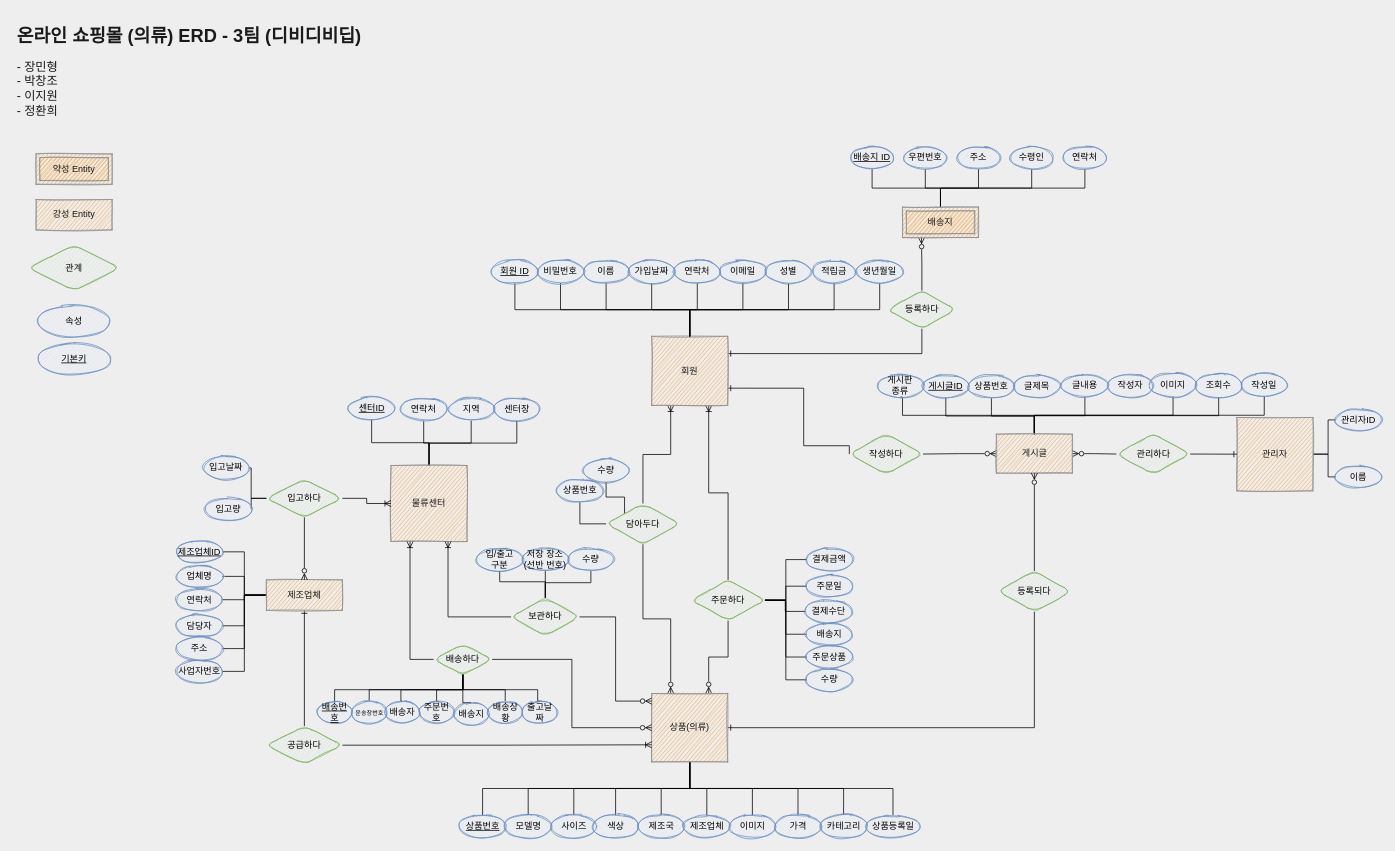
Before: page "새로만든ER" (3 of 3) of Untitled Diagram.drawio in pcjo1202/DataBase-design, a draw.io diagram. Source tidied: cells renumbered, new cells numbered last; positions are measured from the earlier drawing's top-left corner, leaving out a move shared by most shapes. Both pictures are drawn from the tidied source at 76%, with x=0, y=0 at pixel (13, 21).
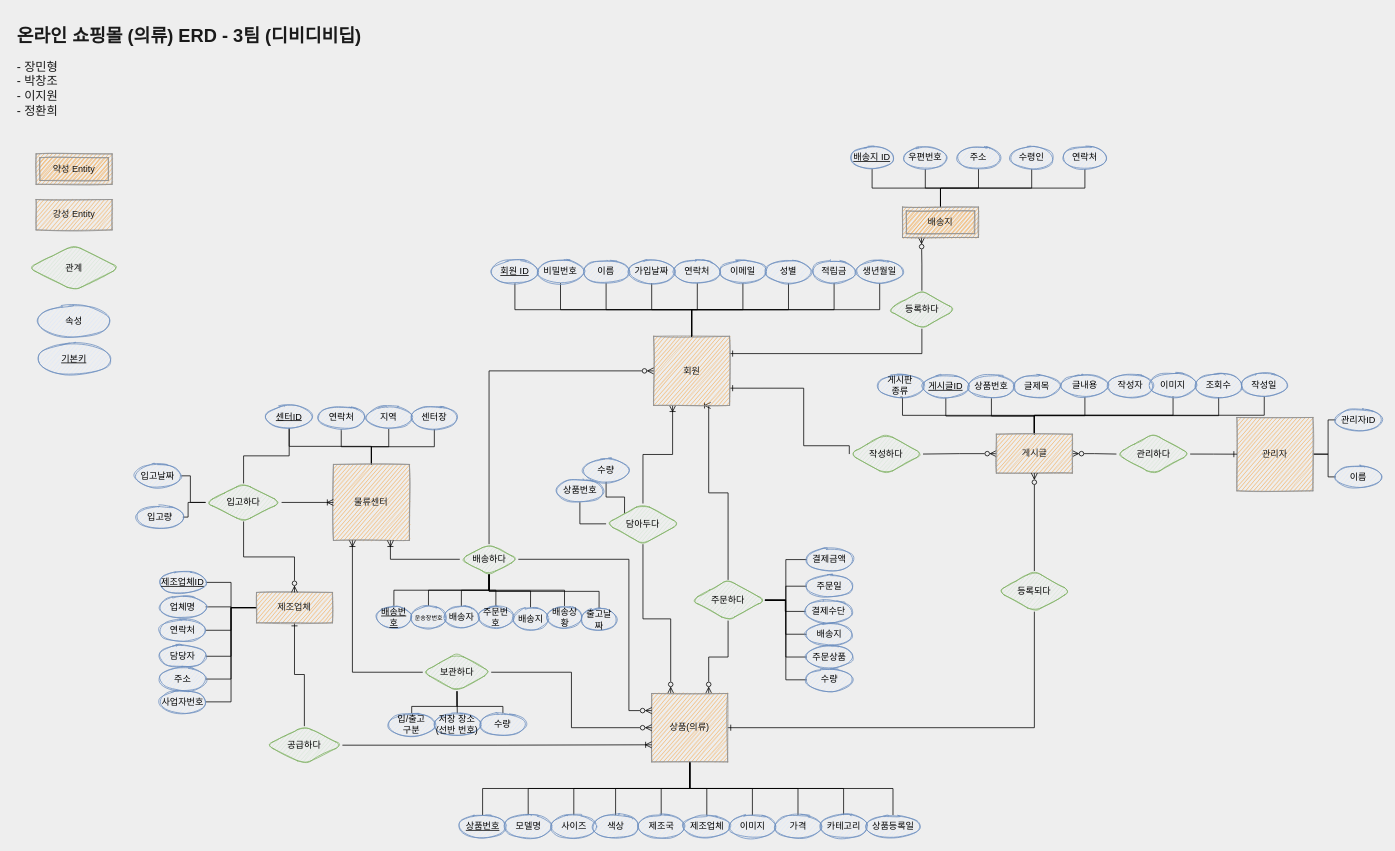
Above is the later version.

Commit message:
배송하다, 보관하다 위치 변경, 배송하다 관계선을 회원에게도 그음

The change refers to these unchanged cells:
```xml
<mxCell id="42" value="상품(의류)" style="whiteSpace=wrap;html=1;align=center;rounded=0;sketch=1;fontColor=#1A1A1A;strokeColor=#909090;fillColor=#F5AB50;direction=west;" parent="1" vertex="1">
  <mxGeometry x="840" y="885" width="100" height="90" as="geometry" />
</mxCell>
```

The edit, as a diff of the source:
```diff
@@
     <mxCell id="29" value="회원" style="whiteSpace=wrap;html=1;align=center;rounded=0;sketch=1;fontColor=#1A1A1A;strokeColor=#909090;fillColor=#F5AB50;" parent="1" vertex="1">
-      <mxGeometry x="840" y="415" width="100" height="91" as="geometry" />
+      <mxGeometry x="842.5" y="415" width="100" height="91" as="geometry" />
     </mxCell>
@@
     <mxCell id="57" value="제조업체" style="whiteSpace=wrap;html=1;align=center;rounded=0;sketch=1;fontColor=#1A1A1A;strokeColor=#909090;fillColor=#F5AB50;" parent="1" vertex="1">
-      <mxGeometry x="333" y="735.5" width="100" height="40" as="geometry" />
+      <mxGeometry x="320" y="752" width="100" height="40" as="geometry" />
     </mxCell>
@@
-    <mxCell id="59" style="edgeStyle=orthogonalEdgeStyle;rounded=0;jettySize=auto;html=1;exitX=0.5;exitY=0;exitDx=0;exitDy=0;entryX=0.5;entryY=1;entryDx=0;entryDy=0;startArrow=none;startFill=0;endArrow=none;endFill=0;" parent="1" edge="1" source="62" target="137">
-      <mxGeometry relative="1" as="geometry">
-        <Array as="points">
-          <mxPoint x="547" y="555" />
-          <mxPoint x="471" y="555" />
-        </Array>
-      </mxGeometry>
-    </mxCell>
@@
+    <mxCell id="59" style="edgeStyle=orthogonalEdgeStyle;rounded=0;jettySize=auto;html=1;exitX=0.5;exitY=0;exitDx=0;exitDy=0;entryX=0.5;entryY=1;entryDx=0;entryDy=0;endArrow=none;endFill=0;" parent="1" edge="1" source="62" target="137">
+      <mxGeometry relative="1" as="geometry" />
+    </mxCell>
     <mxCell id="62" value="물류센터" style="whiteSpace=wrap;html=1;align=center;rounded=0;sketch=1;fontColor=#1A1A1A;strokeColor=#909090;fillColor=#F5AB50;" parent="1" vertex="1">
-      <mxGeometry x="497" y="585" width="100" height="100" as="geometry" />
+      <mxGeometry x="421.2" y="583.6" width="100" height="100" as="geometry" />
     </mxCell>
@@
     <mxCell id="66" style="edgeStyle=orthogonalEdgeStyle;rounded=0;jettySize=auto;html=1;exitX=0;exitY=0.5;exitDx=0;exitDy=0;entryX=1;entryY=0.5;entryDx=0;entryDy=0;startArrow=none;startFill=0;endArrow=none;endFill=0;" parent="1" edge="1" source="67" target="140">
-      <mxGeometry relative="1" as="geometry" />
+      <mxGeometry relative="1" as="geometry">
+        <Array as="points">
+          <mxPoint x="230" y="634" />
+          <mxPoint x="230" y="653" />
+        </Array>
+      </mxGeometry>
     </mxCell>
+    <mxCell id="175" style="edgeStyle=orthogonalEdgeStyle;rounded=0;jettySize=auto;html=1;endArrow=none;endFill=0;" parent="1" edge="1" source="67" target="137">
+      <mxGeometry relative="1" as="geometry" />
+    </mxCell>
     <mxCell id="67" value="입고하다" style="shape=rhombus;perimeter=rhombusPerimeter;whiteSpace=wrap;html=1;align=center;fillColor=#d5e8d4;strokeColor=#82b366;sketch=1;rounded=1;" parent="1" vertex="1">
-      <mxGeometry x="333" y="603.2" width="100" height="50" as="geometry" />
+      <mxGeometry x="253" y="608.6" width="100" height="50" as="geometry" />
     </mxCell>
-    <mxCell id="68" style="edgeStyle=orthogonalEdgeStyle;jettySize=auto;html=1;exitX=0;exitY=0.5;exitDx=0;exitDy=0;entryX=0.75;entryY=1;entryDx=0;entryDy=0;endArrow=ERoneToMany;endFill=0;rounded=0;startArrow=none;startFill=0;" parent="1" edge="1" source="73" target="62">
+    <mxCell id="68" style="edgeStyle=orthogonalEdgeStyle;jettySize=auto;html=1;exitX=0;exitY=0.5;exitDx=0;exitDy=0;entryX=0.25;entryY=1;entryDx=0;entryDy=0;endArrow=ERoneToMany;endFill=0;rounded=0;startArrow=none;startFill=0;" parent="1" edge="1" source="73" target="62">
       <mxGeometry relative="1" as="geometry" />
     </mxCell>
-    <mxCell id="69" style="edgeStyle=orthogonalEdgeStyle;rounded=0;jettySize=auto;html=1;exitX=1;exitY=0.5;exitDx=0;exitDy=0;entryX=1;entryY=0.889;entryDx=0;entryDy=0;endArrow=ERzeroToMany;endFill=0;entryPerimeter=0;" parent="1" edge="1" source="73" target="42">
+    <mxCell id="69" style="edgeStyle=orthogonalEdgeStyle;rounded=0;jettySize=auto;html=1;exitX=1;exitY=0.5;exitDx=0;exitDy=0;entryX=1;entryY=0.5;entryDx=0;entryDy=0;endArrow=ERzeroToMany;endFill=0;" parent="1" edge="1" source="73" target="42">
       <mxGeometry relative="1" as="geometry" />
     </mxCell>
+    <mxCell id="71" style="edgeStyle=orthogonalEdgeStyle;rounded=0;jettySize=auto;html=1;exitX=0.5;exitY=1;exitDx=0;exitDy=0;entryX=0.5;entryY=0;entryDx=0;entryDy=0;endArrow=none;endFill=0;" parent="1" edge="1" source="73" target="141">
+      <mxGeometry relative="1" as="geometry" />
+    </mxCell>
-    <mxCell id="70" style="edgeStyle=orthogonalEdgeStyle;rounded=0;jettySize=auto;html=1;exitX=0.5;exitY=0;exitDx=0;exitDy=0;entryX=0.5;entryY=1;entryDx=0;entryDy=0;endArrow=none;endFill=0;" parent="1" edge="1" source="73" target="139">
-      <mxGeometry relative="1" as="geometry">
-        <Array as="points">
-          <mxPoint x="700" y="758" />
-          <mxPoint x="700" y="738" />
-          <mxPoint x="640" y="738" />
-        </Array>
-      </mxGeometry>
+    <mxCell id="70" style="edgeStyle=orthogonalEdgeStyle;rounded=0;jettySize=auto;html=1;exitX=0.5;exitY=1;exitDx=0;exitDy=0;entryX=0.5;entryY=0;entryDx=0;entryDy=0;endArrow=none;endFill=0;" parent="1" edge="1" source="73" target="139">
+      <mxGeometry relative="1" as="geometry" />
     </mxCell>
-    <mxCell id="71" style="edgeStyle=orthogonalEdgeStyle;rounded=0;jettySize=auto;html=1;exitX=0.5;exitY=0;exitDx=0;exitDy=0;entryX=0.5;entryY=1;entryDx=0;entryDy=0;endArrow=none;endFill=0;" parent="1" edge="1" source="73" target="141">
-      <mxGeometry relative="1" as="geometry" />
-    </mxCell>
-    <mxCell id="72" style="edgeStyle=orthogonalEdgeStyle;rounded=0;jettySize=auto;html=1;exitX=0.5;exitY=0;exitDx=0;exitDy=0;entryX=0.5;entryY=1;entryDx=0;entryDy=0;endArrow=none;endFill=0;" parent="1" edge="1" source="73" target="170">
+    <mxCell id="72" style="edgeStyle=orthogonalEdgeStyle;rounded=0;jettySize=auto;html=1;exitX=0.5;exitY=1;exitDx=0;exitDy=0;entryX=0.5;entryY=0;entryDx=0;entryDy=0;endArrow=none;endFill=0;" parent="1" edge="1" source="73" target="170">
       <mxGeometry relative="1" as="geometry" />
     </mxCell>
     <mxCell id="73" value="보관하다" style="shape=rhombus;perimeter=rhombusPerimeter;whiteSpace=wrap;html=1;align=center;fillColor=#d5e8d4;strokeColor=#82b366;sketch=1;rounded=1;" parent="1" vertex="1">
-      <mxGeometry x="655" y="759.2" width="90" height="50" as="geometry" />
+      <mxGeometry x="538.8" y="832" width="90" height="50" as="geometry" />
     </mxCell>
-    <mxCell id="74" style="edgeStyle=orthogonalEdgeStyle;rounded=0;jettySize=auto;html=1;exitX=0.5;exitY=1;exitDx=0;exitDy=0;entryX=0.5;entryY=0;entryDx=0;entryDy=0;startArrow=none;startFill=0;endArrow=none;endFill=0;" parent="1" edge="1" source="82" target="117">
-      <mxGeometry relative="1" as="geometry" />
-    </mxCell>
-    <mxCell id="75" style="edgeStyle=orthogonalEdgeStyle;rounded=0;jettySize=auto;html=1;exitX=0.5;exitY=1;exitDx=0;exitDy=0;entryX=0.5;entryY=0;entryDx=0;entryDy=0;startArrow=none;startFill=0;endArrow=none;endFill=0;" parent="1" edge="1" source="82" target="120">
-      <mxGeometry relative="1" as="geometry">
-        <Array as="points">
-          <mxPoint x="592" y="880" />
-          <mxPoint x="647" y="880" />
-          <mxPoint x="647" y="895" />
-        </Array>
-      </mxGeometry>
-    </mxCell>
-    <mxCell id="76" style="edgeStyle=orthogonalEdgeStyle;rounded=0;jettySize=auto;html=1;exitX=0.5;exitY=1;exitDx=0;exitDy=0;entryX=0.5;entryY=0;entryDx=0;entryDy=0;startArrow=none;startFill=0;endArrow=none;endFill=0;" parent="1" edge="1" source="82" target="166">
-      <mxGeometry relative="1" as="geometry">
-        <Array as="points">
-          <mxPoint x="592" y="880" />
-          <mxPoint x="690" y="880" />
-          <mxPoint x="690" y="895" />
-        </Array>
-      </mxGeometry>
-    </mxCell>
-    <mxCell id="77" style="edgeStyle=orthogonalEdgeStyle;rounded=0;jettySize=auto;html=1;exitX=0.5;exitY=1;exitDx=0;exitDy=0;entryX=0.5;entryY=0;entryDx=0;entryDy=0;startArrow=none;startFill=0;endArrow=none;endFill=0;" parent="1" edge="1" source="82" target="121">
-      <mxGeometry relative="1" as="geometry">
-        <Array as="points">
-          <mxPoint x="592" y="880" />
-          <mxPoint x="510" y="880" />
-          <mxPoint x="510" y="895" />
-        </Array>
-      </mxGeometry>
-    </mxCell>
-    <mxCell id="78" style="edgeStyle=orthogonalEdgeStyle;rounded=0;jettySize=auto;html=1;exitX=0.5;exitY=1;exitDx=0;exitDy=0;entryX=0.5;entryY=0;entryDx=0;entryDy=0;startArrow=none;startFill=0;endArrow=none;endFill=0;" parent="1" edge="1" source="82" target="116">
-      <mxGeometry relative="1" as="geometry">
-        <Array as="points">
-          <mxPoint x="592" y="880" />
-          <mxPoint x="423" y="880" />
-        </Array>
-      </mxGeometry>
-    </mxCell>
-    <mxCell id="79" style="edgeStyle=orthogonalEdgeStyle;rounded=0;jettySize=auto;html=1;exitX=1;exitY=0.5;exitDx=0;exitDy=0;entryX=1;entryY=0.5;entryDx=0;entryDy=0;startArrow=none;startFill=0;endArrow=ERzeroToMany;endFill=0;" parent="1" edge="1" source="82" target="42">
-      <mxGeometry relative="1" as="geometry" />
+    <mxCell id="79" style="edgeStyle=orthogonalEdgeStyle;rounded=0;jettySize=auto;html=1;exitX=1;exitY=0.5;exitDx=0;exitDy=0;entryX=1;entryY=0.75;entryDx=0;entryDy=0;startArrow=none;startFill=0;endArrow=ERzeroToMany;endFill=0;" parent="1" edge="1" source="82" target="42">
+      <mxGeometry relative="1" as="geometry">
+        <Array as="points">
+          <mxPoint x="810" y="708" />
+          <mxPoint x="810" y="908" />
+        </Array>
+      </mxGeometry>
     </mxCell>
-    <mxCell id="80" style="edgeStyle=orthogonalEdgeStyle;rounded=0;jettySize=auto;html=1;exitX=0;exitY=0.5;exitDx=0;exitDy=0;entryX=0.25;entryY=1;entryDx=0;entryDy=0;startArrow=none;startFill=0;endArrow=ERoneToMany;endFill=0;" parent="1" edge="1" source="82" target="62">
+    <mxCell id="80" style="edgeStyle=orthogonalEdgeStyle;rounded=0;jettySize=auto;html=1;exitX=0;exitY=0.5;exitDx=0;exitDy=0;entryX=0.75;entryY=1;entryDx=0;entryDy=0;startArrow=none;startFill=0;endArrow=ERoneToMany;endFill=0;" parent="1" edge="1" source="82" target="62">
       <mxGeometry relative="1" as="geometry" />
     </mxCell>
+    <mxCell id="74" style="edgeStyle=orthogonalEdgeStyle;rounded=0;jettySize=auto;html=1;exitX=0.5;exitY=1;exitDx=0;exitDy=0;entryX=0.5;entryY=0;entryDx=0;entryDy=0;endArrow=none;endFill=0;" parent="1" edge="1" source="82" target="117">
+      <mxGeometry relative="1" as="geometry" />
+    </mxCell>
+    <mxCell id="77" style="edgeStyle=orthogonalEdgeStyle;rounded=0;jettySize=auto;html=1;exitX=0.5;exitY=1;exitDx=0;exitDy=0;entryX=0.5;entryY=0;entryDx=0;entryDy=0;endArrow=none;endFill=0;" parent="1" edge="1" source="82" target="121">
+      <mxGeometry relative="1" as="geometry" />
+    </mxCell>
+    <mxCell id="75" style="edgeStyle=orthogonalEdgeStyle;rounded=0;jettySize=auto;html=1;exitX=0.5;exitY=1;exitDx=0;exitDy=0;entryX=0.5;entryY=0;entryDx=0;entryDy=0;endArrow=none;endFill=0;" parent="1" edge="1" source="82" target="120">
+      <mxGeometry relative="1" as="geometry" />
+    </mxCell>
-    <mxCell id="81" style="edgeStyle=orthogonalEdgeStyle;rounded=0;jettySize=auto;html=1;exitX=0.5;exitY=1;exitDx=0;exitDy=0;entryX=0.5;entryY=0;entryDx=0;entryDy=0;fontSize=8;endArrow=none;endFill=0;" parent="1" edge="1" source="82" target="172">
-      <mxGeometry relative="1" as="geometry">
-        <Array as="points">
-          <mxPoint x="592" y="880" />
-          <mxPoint x="468" y="880" />
-        </Array>
-      </mxGeometry>
+    <mxCell id="81" style="edgeStyle=orthogonalEdgeStyle;rounded=0;jettySize=auto;html=1;exitX=0.5;exitY=1;exitDx=0;exitDy=0;entryX=0.5;entryY=0;entryDx=0;entryDy=0;endArrow=none;endFill=0;" parent="1" edge="1" source="82" target="172">
+      <mxGeometry relative="1" as="geometry" />
     </mxCell>
+    <mxCell id="78" style="edgeStyle=orthogonalEdgeStyle;rounded=0;jettySize=auto;html=1;exitX=0.5;exitY=1;exitDx=0;exitDy=0;entryX=0.5;entryY=0;entryDx=0;entryDy=0;endArrow=none;endFill=0;" parent="1" edge="1" source="82" target="116">
+      <mxGeometry relative="1" as="geometry" />
+    </mxCell>
+    <mxCell id="176" style="edgeStyle=orthogonalEdgeStyle;rounded=0;jettySize=auto;html=1;exitX=0.5;exitY=0;exitDx=0;exitDy=0;entryX=0;entryY=0.5;entryDx=0;entryDy=0;endArrow=ERzeroToMany;endFill=0;" parent="1" edge="1" source="82" target="29">
+      <mxGeometry relative="1" as="geometry" />
+    </mxCell>
     <mxCell id="82" value="배송하다" style="shape=rhombus;perimeter=rhombusPerimeter;whiteSpace=wrap;html=1;align=center;fillColor=#d5e8d4;strokeColor=#82b366;sketch=1;rounded=1;" parent="1" vertex="1">
-      <mxGeometry x="553" y="820.2" width="77" height="39.8" as="geometry" />
+      <mxGeometry x="587.5" y="688.5" width="77" height="39.8" as="geometry" />
     </mxCell>
@@
     <mxCell id="116" value="배송번호" style="ellipse;whiteSpace=wrap;html=1;align=center;fontStyle=4;rounded=0;sketch=1;strokeColor=#6c8ebf;fillColor=#dae8fc;" parent="1" vertex="1">
-      <mxGeometry x="400" y="895" width="45.5" height="29.5" as="geometry" />
+      <mxGeometry x="478" y="769.8" width="45.5" height="29.5" as="geometry" />
     </mxCell>
     <mxCell id="117" value="주문번호" style="ellipse;whiteSpace=wrap;html=1;align=center;rounded=0;sketch=1;strokeColor=#6c8ebf;fillColor=#dae8fc;" parent="1" vertex="1">
-      <mxGeometry x="534.2" y="895" width="45.5" height="29.5" as="geometry" />
+      <mxGeometry x="612.2" y="769.8" width="45.5" height="29.5" as="geometry" />
     </mxCell>
-    <mxCell id="118" style="edgeStyle=orthogonalEdgeStyle;rounded=0;jettySize=auto;html=1;exitX=0.5;exitY=0;exitDx=0;exitDy=0;entryX=0.5;entryY=1;entryDx=0;entryDy=0;startArrow=none;startFill=0;endArrow=none;endFill=0;" parent="1" edge="1" source="119" target="82">
+    <mxCell id="118" style="edgeStyle=orthogonalEdgeStyle;rounded=0;jettySize=auto;html=1;endArrow=none;endFill=0;" parent="1" edge="1" source="119" target="82">
       <mxGeometry relative="1" as="geometry" />
     </mxCell>
     <mxCell id="119" value="배송지" style="ellipse;whiteSpace=wrap;html=1;align=center;rounded=0;sketch=1;strokeColor=#6c8ebf;fillColor=#dae8fc;" parent="1" vertex="1">
-      <mxGeometry x="579.8" y="897" width="45.5" height="29.5" as="geometry" />
+      <mxGeometry x="657.8" y="771.8" width="45.5" height="29.5" as="geometry" />
     </mxCell>
     <mxCell id="120" value="배송상황" style="ellipse;whiteSpace=wrap;html=1;align=center;rounded=0;sketch=1;strokeColor=#6c8ebf;fillColor=#dae8fc;" parent="1" vertex="1">
-      <mxGeometry x="624.5" y="895" width="45.5" height="29.5" as="geometry" />
+      <mxGeometry x="702.5" y="769.8" width="45.5" height="29.5" as="geometry" />
     </mxCell>
     <mxCell id="121" value="배송자" style="ellipse;whiteSpace=wrap;html=1;align=center;rounded=0;sketch=1;strokeColor=#6c8ebf;fillColor=#dae8fc;" parent="1" vertex="1">
-      <mxGeometry x="488.8" y="895" width="45.5" height="29.5" as="geometry" />
+      <mxGeometry x="566.8" y="769.8" width="45.5" height="29.5" as="geometry" />
     </mxCell>
@@
     <mxCell id="137" value="센터ID" style="ellipse;whiteSpace=wrap;html=1;align=center;fontStyle=4;rounded=0;sketch=1;strokeColor=#6c8ebf;fillColor=#dae8fc;" parent="1" vertex="1">
-      <mxGeometry x="441.5" y="495" width="60" height="30" as="geometry" />
+      <mxGeometry x="333" y="506" width="60" height="30" as="geometry" />
     </mxCell>
     <mxCell id="138" value="연락처" style="ellipse;whiteSpace=wrap;html=1;align=center;rounded=0;sketch=1;strokeColor=#6c8ebf;fillColor=#dae8fc;" parent="1" vertex="1">
-      <mxGeometry x="510" y="496" width="60" height="30" as="geometry" />
+      <mxGeometry x="401.5" y="507" width="60" height="30" as="geometry" />
     </mxCell>
     <mxCell id="139" value="입/출고&lt;br&gt;구분" style="ellipse;whiteSpace=wrap;html=1;align=center;rounded=0;sketch=1;strokeColor=#6c8ebf;fillColor=#dae8fc;" parent="1" vertex="1">
-      <mxGeometry x="610" y="693.8" width="60" height="30" as="geometry" />
+      <mxGeometry x="494.2" y="911" width="60" height="30" as="geometry" />
     </mxCell>
     <mxCell id="140" value="입고량" style="ellipse;whiteSpace=wrap;html=1;align=center;rounded=0;sketch=1;strokeColor=#6c8ebf;fillColor=#dae8fc;" parent="1" vertex="1">
-      <mxGeometry x="253" y="627.5" width="60" height="30" as="geometry" />
+      <mxGeometry x="163" y="637.9" width="60" height="30" as="geometry" />
     </mxCell>
     <mxCell id="141" value="저장 장소&lt;br&gt;(선반 번호)" style="ellipse;whiteSpace=wrap;html=1;align=center;rounded=0;sketch=1;strokeColor=#6c8ebf;fillColor=#dae8fc;" parent="1" vertex="1">
-      <mxGeometry x="670" y="693.8" width="60" height="30" as="geometry" />
+      <mxGeometry x="554.2" y="911" width="60" height="30" as="geometry" />
     </mxCell>
@@
     <mxCell id="148" value="제조업체ID" style="ellipse;whiteSpace=wrap;html=1;align=center;fontStyle=4;rounded=0;sketch=1;strokeColor=#6c8ebf;fillColor=#dae8fc;" parent="1" vertex="1">
-      <mxGeometry x="215" y="683.6" width="60" height="30" as="geometry" />
+      <mxGeometry x="193" y="723.8" width="60" height="30" as="geometry" />
     </mxCell>
     <mxCell id="149" value="업체명" style="ellipse;whiteSpace=wrap;html=1;align=center;rounded=0;sketch=1;strokeColor=#6c8ebf;fillColor=#dae8fc;" parent="1" vertex="1">
-      <mxGeometry x="215" y="715.9" width="60" height="30" as="geometry" />
+      <mxGeometry x="193" y="756" width="60" height="30" as="geometry" />
     </mxCell>
@@
     <mxCell id="152" value="연락처" style="ellipse;whiteSpace=wrap;html=1;align=center;rounded=0;sketch=1;strokeColor=#6c8ebf;fillColor=#dae8fc;" parent="1" vertex="1">
-      <mxGeometry x="215" y="746.6" width="60" height="30" as="geometry" />
+      <mxGeometry x="193" y="786.8" width="60" height="30" as="geometry" />
     </mxCell>
     <mxCell id="153" value="담당자" style="ellipse;whiteSpace=wrap;html=1;align=center;rounded=0;sketch=1;strokeColor=#6c8ebf;fillColor=#dae8fc;" parent="1" vertex="1">
-      <mxGeometry x="215" y="780.9" width="60" height="30" as="geometry" />
+      <mxGeometry x="193" y="821" width="60" height="30" as="geometry" />
     </mxCell>
@@
     <mxCell id="158" value="주소" style="ellipse;whiteSpace=wrap;html=1;align=center;rounded=0;sketch=1;strokeColor=#6c8ebf;fillColor=#dae8fc;" parent="1" vertex="1">
-      <mxGeometry x="215" y="810.9" width="60" height="30" as="geometry" />
+      <mxGeometry x="193" y="851" width="60" height="30" as="geometry" />
     </mxCell>
     <mxCell id="159" value="입고날짜" style="ellipse;whiteSpace=wrap;html=1;align=center;rounded=0;sketch=1;strokeColor=#6c8ebf;fillColor=#dae8fc;" parent="1" vertex="1">
-      <mxGeometry x="250" y="573.2" width="60" height="30" as="geometry" />
+      <mxGeometry x="160" y="583.6" width="60" height="30" as="geometry" />
     </mxCell>
@@
+    <mxCell id="177" style="edgeStyle=orthogonalEdgeStyle;rounded=0;jettySize=auto;html=1;exitX=0.5;exitY=0;exitDx=0;exitDy=0;entryX=0.5;entryY=1;entryDx=0;entryDy=0;endArrow=none;endFill=0;" parent="1" edge="1" source="166" target="82">
+      <mxGeometry relative="1" as="geometry" />
+    </mxCell>
     <mxCell id="166" value="출고날짜" style="ellipse;whiteSpace=wrap;html=1;align=center;rounded=0;sketch=1;strokeColor=#6c8ebf;fillColor=#dae8fc;" parent="1" vertex="1">
-      <mxGeometry x="670" y="895" width="45.5" height="29.5" as="geometry" />
+      <mxGeometry x="748" y="772.8" width="45.5" height="29.5" as="geometry" />
     </mxCell>
     <mxCell id="167" value="지역" style="ellipse;whiteSpace=wrap;html=1;align=center;rounded=0;sketch=1;strokeColor=#6c8ebf;fillColor=#dae8fc;" parent="1" vertex="1">
-      <mxGeometry x="572.5" y="496" width="60" height="30" as="geometry" />
+      <mxGeometry x="464" y="507" width="60" height="30" as="geometry" />
     </mxCell>
     <mxCell id="168" value="센터장" style="ellipse;whiteSpace=wrap;html=1;align=center;rounded=0;sketch=1;strokeColor=#6c8ebf;fillColor=#dae8fc;" parent="1" vertex="1">
-      <mxGeometry x="632.5" y="496" width="60" height="30" as="geometry" />
+      <mxGeometry x="524" y="507" width="60" height="30" as="geometry" />
     </mxCell>
@@
     <mxCell id="170" value="수량" style="ellipse;whiteSpace=wrap;html=1;align=center;rounded=0;sketch=1;strokeColor=#6c8ebf;fillColor=#dae8fc;" parent="1" vertex="1">
-      <mxGeometry x="730" y="693.8" width="60" height="30" as="geometry" />
+      <mxGeometry x="614.2" y="911" width="60" height="30" as="geometry" />
     </mxCell>
@@
     <mxCell id="172" value="&lt;font style=&quot;font-size: 8px&quot;&gt;운송장번호&lt;/font&gt;" style="ellipse;whiteSpace=wrap;html=1;align=center;rounded=0;sketch=1;strokeColor=#6c8ebf;fillColor=#dae8fc;" parent="1" vertex="1">
-      <mxGeometry x="445.5" y="895" width="45.5" height="29.5" as="geometry" />
+      <mxGeometry x="523.5" y="769.8" width="45.5" height="29.5" as="geometry" />
     </mxCell>
     <mxCell id="173" value="사업자번호" style="ellipse;whiteSpace=wrap;html=1;align=center;rounded=0;sketch=1;strokeColor=#6c8ebf;fillColor=#dae8fc;" parent="1" vertex="1">
-      <mxGeometry x="215" y="840.9" width="60" height="30" as="geometry" />
+      <mxGeometry x="193" y="881" width="60" height="30" as="geometry" />
     </mxCell>
```
